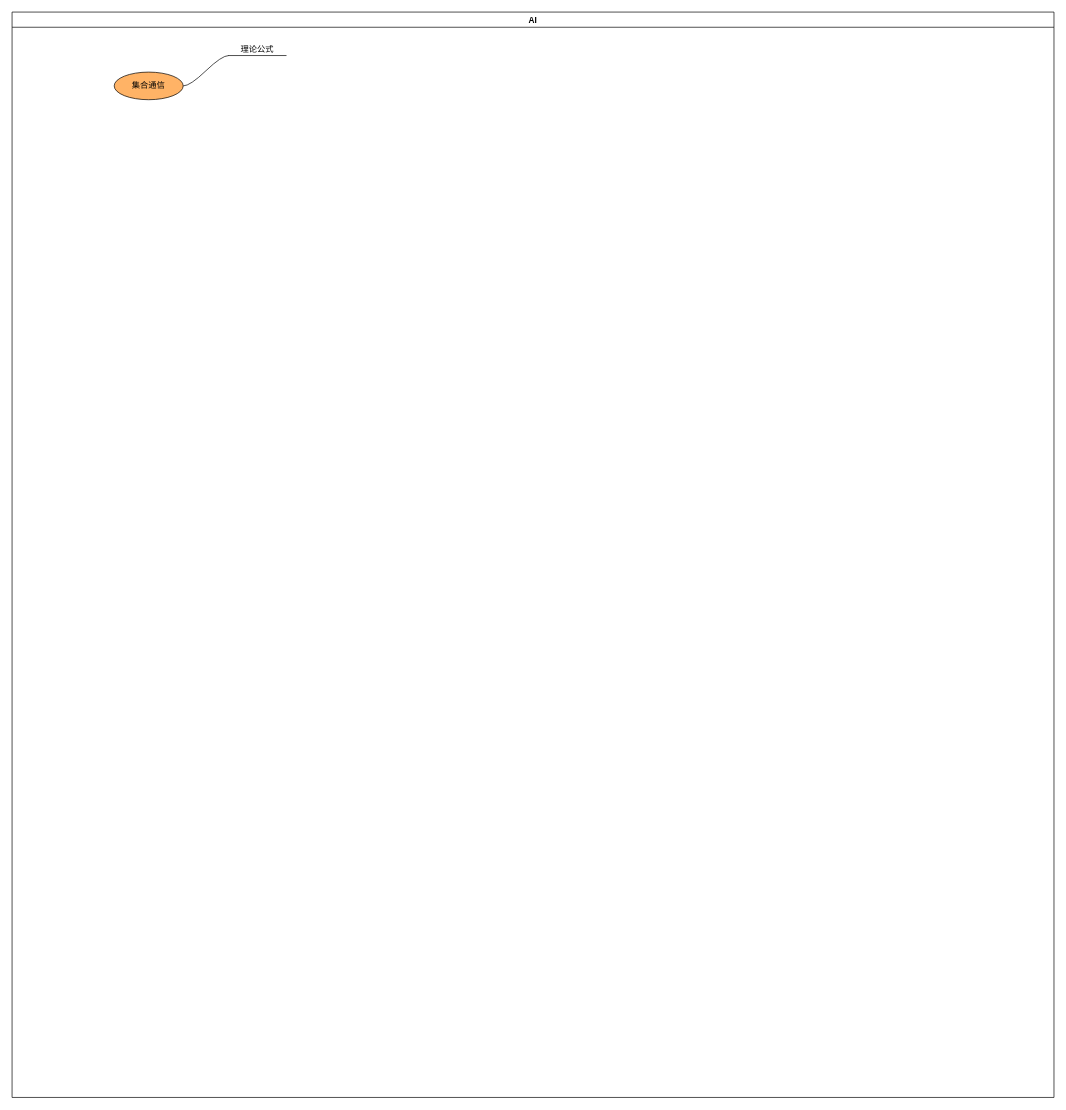
Above: AI.drawio in lbk0116/AI (draw.io), before the change. Source tidied: cells renumbered, new cells numbered last; positions are measured from the earlier drawing's top-left corner, leaving out a move shared by most shapes. Both pictures are drawn from the tidied source at 69%, with x=0, y=0 at pixel (12, 12).
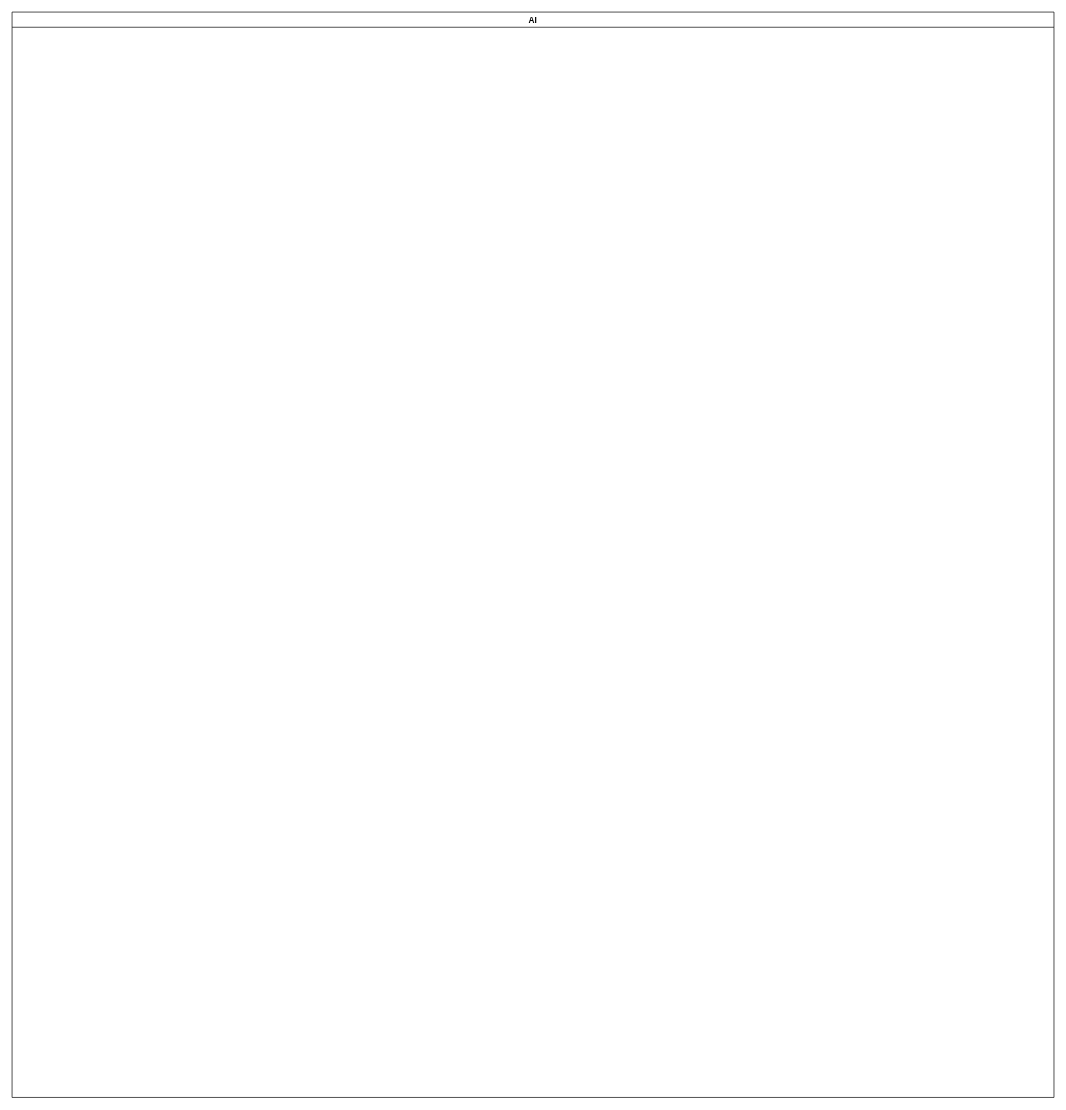
The same page after the edit.

Change to the diagram source:
```diff
@@
 <mxGraphModel>
   <root>
     <mxCell id="0" />
     <mxCell id="1" parent="0" />
     <mxCell id="2" value="AI" style="swimlane;startSize=22;horizontal=1;containerType=tree;" parent="1" vertex="1">
       <mxGeometry width="1510" height="1573" as="geometry" />
     </mxCell>
-    <mxCell id="3" style="edgeStyle=entityRelationEdgeStyle;startArrow=none;endArrow=none;segment=10;curved=1;sourcePerimeterSpacing=0;targetPerimeterSpacing=0;rounded=0;" parent="2" edge="1" source="4" target="5">
-      <mxGeometry relative="1" as="geometry" />
-    </mxCell>
-    <mxCell id="4" value="集合通信" style="ellipse;whiteSpace=wrap;html=1;align=center;newEdgeStyle={&quot;edgeStyle&quot;:&quot;entityRelationEdgeStyle&quot;,&quot;startArrow&quot;:&quot;none&quot;,&quot;endArrow&quot;:&quot;none&quot;,&quot;segment&quot;:10,&quot;curved&quot;:1,&quot;sourcePerimeterSpacing&quot;:0,&quot;targetPerimeterSpacing&quot;:0};fillColor=#FFB366;" parent="2" vertex="1">
-      <mxGeometry x="148" y="87" width="100" height="40" as="geometry" />
-    </mxCell>
-    <mxCell id="5" value="理论公式" style="whiteSpace=wrap;html=1;shape=partialRectangle;top=0;left=0;bottom=1;right=0;points=[[0,1],[1,1]];fillColor=none;align=center;verticalAlign=bottom;routingCenterY=0.5;snapToPoint=1;newEdgeStyle={&quot;edgeStyle&quot;:&quot;entityRelationEdgeStyle&quot;,&quot;startArrow&quot;:&quot;none&quot;,&quot;endArrow&quot;:&quot;none&quot;,&quot;segment&quot;:10,&quot;curved&quot;:1,&quot;sourcePerimeterSpacing&quot;:0,&quot;targetPerimeterSpacing&quot;:0};" parent="2" vertex="1">
-      <mxGeometry x="314" y="37" width="83" height="26" as="geometry" />
-    </mxCell>
   </root>
 </mxGraphModel>
```
